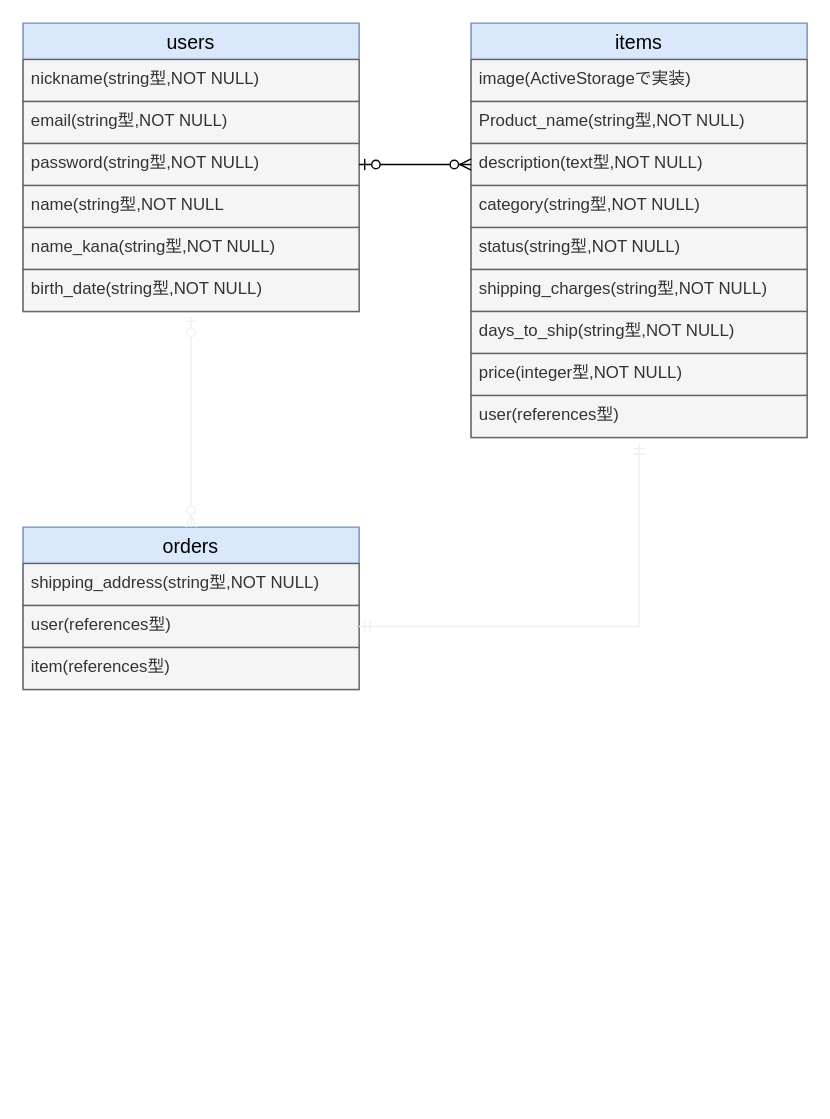
The draw.io diagram furima.dio in ibuki-takeuchi01/furima-35949, before the edit. Source tidied: cells renumbered, new cells numbered last; positions are measured from the earlier drawing's top-left corner, leaving out a move shared by most shapes. Both pictures are drawn from the tidied source at 140%, with x=0, y=0 at pixel (22, 22).
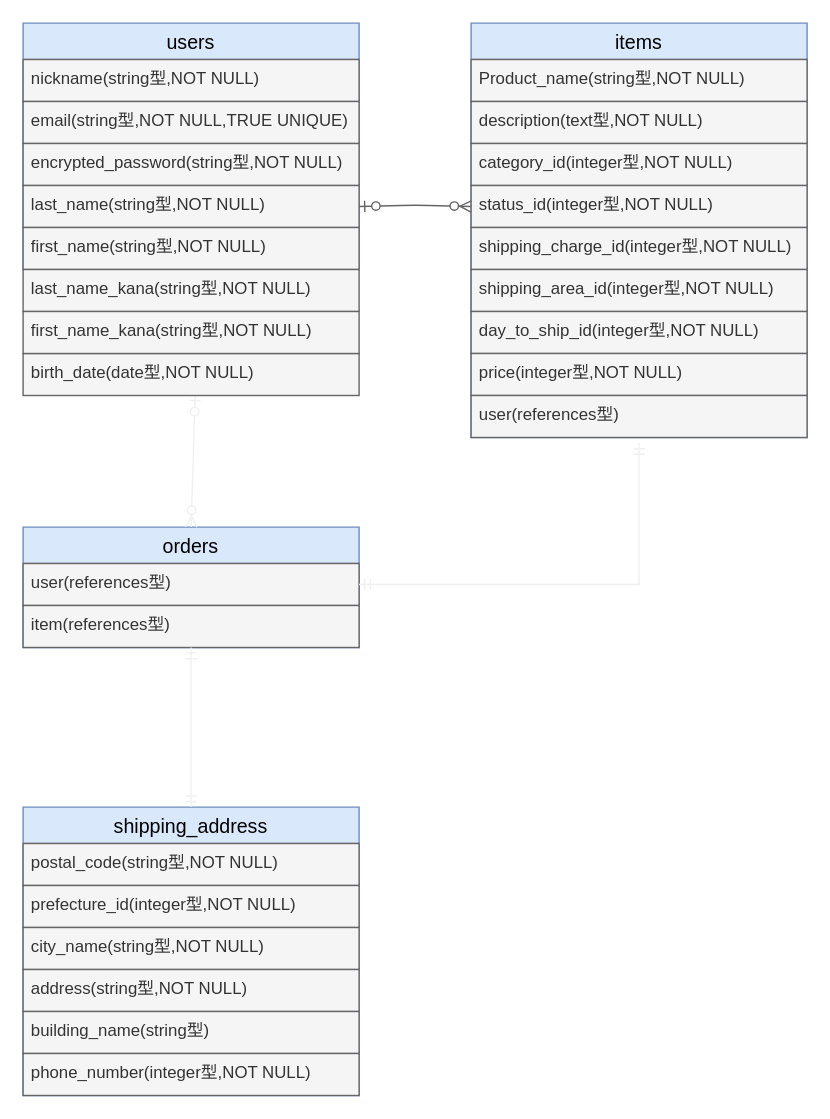
The same diagram, later.

Unchanged cells that the change refers to:
```xml
<mxCell id="9" value="items" style="swimlane;fontStyle=0;horizontal=1;startSize=26;align=center;fontSize=14;fillColor=#dae8fc;strokeColor=#6c8ebf;fontColor=#000000;" parent="1" vertex="1">
  <mxGeometry x="320" width="240" height="296" as="geometry" />
</mxCell>
<mxCell id="18" value="user(references型)" style="text;strokeColor=#666666;fillColor=#f5f5f5;spacingLeft=4;spacingRight=4;overflow=hidden;points=[[0,0.5],[1,0.5]];portConstraint=eastwest;fontSize=12;fontColor=#333333;" parent="9" vertex="1">
  <mxGeometry y="266" width="240" height="30" as="geometry" />
</mxCell>
```

Change to the diagram source:
```diff
@@
     <mxCell id="2" value="users" style="swimlane;fontStyle=0;horizontal=1;startSize=26;align=center;fontSize=14;fillColor=#dae8fc;strokeColor=#6c8ebf;fontColor=#000000;" parent="1" vertex="1">
-      <mxGeometry width="240" height="206" as="geometry" />
+      <mxGeometry width="240" height="176" as="geometry" />
     </mxCell>
@@
-    <mxCell id="4" value="email(string型,NOT NULL)" style="text;strokeColor=#666666;fillColor=#f5f5f5;spacingLeft=4;spacingRight=4;overflow=hidden;fontSize=12;fontColor=#333333;" parent="2" vertex="1">
+    <mxCell id="4" value="email(string型,NOT NULL,TRUE UNIQUE)" style="text;strokeColor=#666666;fillColor=#f5f5f5;spacingLeft=4;spacingRight=4;overflow=hidden;fontSize=12;fontColor=#333333;" parent="2" vertex="1">
       <mxGeometry y="56" width="240" height="30" as="geometry" />
     </mxCell>
-    <mxCell id="5" value="password(string型,NOT NULL)" style="text;strokeColor=#666666;fillColor=#f5f5f5;spacingLeft=4;spacingRight=4;overflow=hidden;points=[[0,0.5],[1,0.5]];portConstraint=eastwest;fontSize=12;fontColor=#333333;" parent="2" vertex="1">
+    <mxCell id="5" value="encrypted_password(string型,NOT NULL)" style="text;strokeColor=#666666;fillColor=#f5f5f5;spacingLeft=4;spacingRight=4;overflow=hidden;points=[[0,0.5],[1,0.5]];portConstraint=eastwest;fontSize=12;fontColor=#333333;" parent="2" vertex="1">
       <mxGeometry y="86" width="240" height="30" as="geometry" />
     </mxCell>
-    <mxCell id="6" value="name(string型,NOT NULL" style="text;strokeColor=#666666;fillColor=#f5f5f5;spacingLeft=4;spacingRight=4;overflow=hidden;points=[[0,0.5],[1,0.5]];portConstraint=eastwest;fontSize=12;fontColor=#333333;" parent="2" vertex="1">
+    <mxCell id="6" value="last_name(string型,NOT NULL)" style="text;strokeColor=#666666;fillColor=#f5f5f5;spacingLeft=4;spacingRight=4;overflow=hidden;points=[[0,0.5],[1,0.5]];portConstraint=eastwest;fontSize=12;fontColor=#333333;" parent="2" vertex="1">
       <mxGeometry y="116" width="240" height="30" as="geometry" />
     </mxCell>
-    <mxCell id="7" value="name_kana(string型,NOT NULL)" style="text;strokeColor=#666666;fillColor=#f5f5f5;spacingLeft=4;spacingRight=4;overflow=hidden;fontSize=12;fontColor=#333333;" parent="2" vertex="1">
-      <mxGeometry y="146" width="240" height="30" as="geometry" />
-    </mxCell>
-    <mxCell id="8" value="birth_date(string型,NOT NULL)" style="text;strokeColor=#666666;fillColor=#f5f5f5;spacingLeft=4;spacingRight=4;overflow=hidden;points=[[0,0.5],[1,0.5]];portConstraint=eastwest;fontSize=12;fontColor=#333333;" parent="2" vertex="1">
-      <mxGeometry y="176" width="240" height="30" as="geometry" />
-    </mxCell>
+    <mxCell id="26" value="first_name(string型,NOT NULL)" style="text;strokeColor=#666666;fillColor=#f5f5f5;spacingLeft=4;spacingRight=4;overflow=hidden;fontSize=12;fontColor=#333333;" parent="2" vertex="1">
+      <mxGeometry y="146" width="240" height="30" as="geometry" />
+    </mxCell>
@@
-    <mxCell id="10" value="image(ActiveStorageで実装)" style="text;strokeColor=#666666;fillColor=#f5f5f5;spacingLeft=4;spacingRight=4;overflow=hidden;fontSize=12;fontColor=#333333;" parent="9" vertex="1">
-      <mxGeometry y="26" width="240" height="30" as="geometry" />
-    </mxCell>
     <mxCell id="11" value="Product_name(string型,NOT NULL)" style="text;strokeColor=#666666;fillColor=#f5f5f5;spacingLeft=4;spacingRight=4;overflow=hidden;fontSize=12;fontColor=#333333;" parent="9" vertex="1">
-      <mxGeometry y="56" width="240" height="30" as="geometry" />
+      <mxGeometry y="26" width="240" height="30" as="geometry" />
     </mxCell>
     <mxCell id="12" value="description(text型,NOT NULL)" style="text;strokeColor=#666666;fillColor=#f5f5f5;spacingLeft=4;spacingRight=4;overflow=hidden;points=[[0,0.5],[1,0.5]];portConstraint=eastwest;fontSize=12;fontColor=#333333;" parent="9" vertex="1">
-      <mxGeometry y="86" width="240" height="30" as="geometry" />
+      <mxGeometry y="56" width="240" height="30" as="geometry" />
     </mxCell>
-    <mxCell id="13" value="category(string型,NOT NULL)" style="text;strokeColor=#666666;fillColor=#f5f5f5;spacingLeft=4;spacingRight=4;overflow=hidden;fontSize=12;fontColor=#333333;" parent="9" vertex="1">
-      <mxGeometry y="116" width="240" height="30" as="geometry" />
+    <mxCell id="13" value="category_id(integer型,NOT NULL)" style="text;strokeColor=#666666;fillColor=#f5f5f5;spacingLeft=4;spacingRight=4;overflow=hidden;fontSize=12;fontColor=#333333;" parent="9" vertex="1">
+      <mxGeometry y="86" width="240" height="30" as="geometry" />
     </mxCell>
-    <mxCell id="14" value="status(string型,NOT NULL)" style="text;strokeColor=#666666;fillColor=#f5f5f5;spacingLeft=4;spacingRight=4;overflow=hidden;points=[[0,0.5],[1,0.5]];portConstraint=eastwest;fontSize=12;fontColor=#333333;" parent="9" vertex="1">
-      <mxGeometry y="146" width="240" height="30" as="geometry" />
+    <mxCell id="14" value="status_id(integer型,NOT NULL)" style="text;strokeColor=#666666;fillColor=#f5f5f5;spacingLeft=4;spacingRight=4;overflow=hidden;points=[[0,0.5],[1,0.5]];portConstraint=eastwest;fontSize=12;fontColor=#333333;" parent="9" vertex="1">
+      <mxGeometry y="116" width="240" height="30" as="geometry" />
     </mxCell>
-    <mxCell id="15" value="shipping_charges(string型,NOT NULL)" style="text;strokeColor=#666666;fillColor=#f5f5f5;spacingLeft=4;spacingRight=4;overflow=hidden;fontSize=12;fontColor=#333333;" parent="9" vertex="1">
-      <mxGeometry y="176" width="240" height="30" as="geometry" />
+    <mxCell id="15" value="shipping_charge_id(integer型,NOT NULL)" style="text;strokeColor=#666666;fillColor=#f5f5f5;spacingLeft=4;spacingRight=4;overflow=hidden;fontSize=12;fontColor=#333333;" parent="9" vertex="1">
+      <mxGeometry y="146" width="240" height="30" as="geometry" />
     </mxCell>
+    <mxCell id="27" value="shipping_area_id(integer型,NOT NULL)" style="text;strokeColor=#666666;fillColor=#f5f5f5;spacingLeft=4;spacingRight=4;overflow=hidden;fontSize=12;fontColor=#333333;" parent="9" vertex="1">
+      <mxGeometry y="176" width="240" height="30" as="geometry" />
+    </mxCell>
-    <mxCell id="16" value="days_to_ship(string型,NOT NULL)" style="text;strokeColor=#666666;fillColor=#f5f5f5;spacingLeft=4;spacingRight=4;overflow=hidden;fontSize=12;fontColor=#333333;" parent="9" vertex="1">
+    <mxCell id="16" value="day_to_ship_id(integer型,NOT NULL)" style="text;strokeColor=#666666;fillColor=#f5f5f5;spacingLeft=4;spacingRight=4;overflow=hidden;fontSize=12;fontColor=#333333;" parent="9" vertex="1">
       <mxGeometry y="206" width="240" height="30" as="geometry" />
     </mxCell>
@@
     <mxCell id="19" value="orders" style="swimlane;fontStyle=0;horizontal=1;startSize=26;align=center;fontSize=14;fillColor=#dae8fc;strokeColor=#6c8ebf;fontColor=#000000;" parent="1" vertex="1">
-      <mxGeometry y="360" width="240" height="116" as="geometry" />
+      <mxGeometry y="360" width="240" height="86" as="geometry" />
     </mxCell>
-    <mxCell id="20" value="shipping_address(string型,NOT NULL)" style="text;strokeColor=#666666;fillColor=#f5f5f5;spacingLeft=4;spacingRight=4;overflow=hidden;fontSize=12;fontColor=#333333;" parent="19" vertex="1">
-      <mxGeometry y="26" width="240" height="30" as="geometry" />
-    </mxCell>
     <mxCell id="21" value="user(references型)" style="text;strokeColor=#666666;fillColor=#f5f5f5;spacingLeft=4;spacingRight=4;overflow=hidden;points=[[0,0.5],[1,0.5]];portConstraint=eastwest;fontSize=12;fontColor=#333333;" parent="19" vertex="1">
-      <mxGeometry y="56" width="240" height="30" as="geometry" />
+      <mxGeometry y="26" width="240" height="30" as="geometry" />
     </mxCell>
     <mxCell id="22" value="item(references型)" style="text;strokeColor=#666666;fillColor=#f5f5f5;spacingLeft=4;spacingRight=4;overflow=hidden;fontSize=12;fontColor=#333333;" parent="19" vertex="1">
-      <mxGeometry y="86" width="240" height="30" as="geometry" />
+      <mxGeometry y="56" width="240" height="30" as="geometry" />
     </mxCell>
-    <mxCell id="23" style="fontSize=12;html=1;endArrow=ERzeroToMany;startArrow=ERzeroToOne;entryX=0;entryY=0.5;entryDx=0;entryDy=0;exitX=1;exitY=0.5;exitDx=0;exitDy=0;fontColor=#000000;" parent="1" edge="1" source="5" target="12">
+    <mxCell id="23" style="fontSize=12;html=1;endArrow=ERzeroToMany;startArrow=ERzeroToOne;exitX=1;exitY=0.5;exitDx=0;exitDy=0;entryX=0;entryY=0.5;entryDx=0;entryDy=0;fillColor=#f5f5f5;strokeColor=#666666;fontColor=#FFFFFF;" parent="1" edge="1" source="6" target="14">
       <mxGeometry relative="1" as="geometry">
         <Array as="points">
-          <mxPoint x="280" y="101" />
+          <mxPoint x="280" y="130" />
         </Array>
       </mxGeometry>
     </mxCell>
-    <mxCell id="24" style="fontSize=12;html=1;endArrow=ERzeroToMany;startArrow=ERzeroToOne;strokeColor=#f0f0f0;entryX=0.5;entryY=0;entryDx=0;entryDy=0;" parent="1" edge="1" target="19">
-      <mxGeometry relative="1" as="geometry">
-        <mxPoint x="120" y="209" as="sourcePoint" />
-      </mxGeometry>
+    <mxCell id="24" style="fontSize=12;html=1;endArrow=ERzeroToMany;startArrow=ERzeroToOne;strokeColor=#f0f0f0;entryX=0.5;entryY=0;entryDx=0;entryDy=0;exitX=0.512;exitY=0.986;exitDx=0;exitDy=0;exitPerimeter=0;" parent="1" edge="1" source="8" target="19">
+      <mxGeometry relative="1" as="geometry" />
     </mxCell>
     <mxCell id="25" style="fontSize=12;html=1;endArrow=ERmandOne;startArrow=ERmandOne;strokeColor=#f0f0f0;exitX=1;exitY=0.5;exitDx=0;exitDy=0;entryX=0.5;entryY=1.133;entryDx=0;entryDy=0;entryPerimeter=0;rounded=0;" parent="1" edge="1" source="21" target="18">
       <mxGeometry relative="1" as="geometry">
         <Array as="points">
-          <mxPoint x="440" y="431" />
+          <mxPoint x="440" y="401" />
         </Array>
       </mxGeometry>
     </mxCell>
+    <mxCell id="8" value="birth_date(date型,NOT NULL)" style="text;strokeColor=#666666;fillColor=#f5f5f5;spacingLeft=4;spacingRight=4;overflow=hidden;points=[[0,0.5],[1,0.5]];portConstraint=eastwest;fontSize=12;fontColor=#333333;" parent="1" vertex="1">
+      <mxGeometry y="236" width="240" height="30" as="geometry" />
+    </mxCell>
+    <mxCell id="7" value="last_name_kana(string型,NOT NULL)" style="text;strokeColor=#666666;fillColor=#f5f5f5;spacingLeft=4;spacingRight=4;overflow=hidden;fontSize=12;fontColor=#333333;" parent="1" vertex="1">
+      <mxGeometry y="176" width="240" height="30" as="geometry" />
+    </mxCell>
+    <mxCell id="28" value="first_name_kana(string型,NOT NULL)" style="text;strokeColor=#666666;fillColor=#f5f5f5;spacingLeft=4;spacingRight=4;overflow=hidden;fontSize=12;fontColor=#333333;" parent="1" vertex="1">
+      <mxGeometry y="206" width="240" height="30" as="geometry" />
+    </mxCell>
+    <mxCell id="29" value="shipping_address" style="swimlane;fontStyle=0;horizontal=1;startSize=26;align=center;fontSize=14;fillColor=#dae8fc;strokeColor=#6c8ebf;fontColor=#000000;" parent="1" vertex="1">
+      <mxGeometry y="560" width="240" height="206" as="geometry" />
+    </mxCell>
+    <mxCell id="30" value="postal_code(string型,NOT NULL)" style="text;strokeColor=#666666;fillColor=#f5f5f5;spacingLeft=4;spacingRight=4;overflow=hidden;fontSize=12;fontColor=#333333;" parent="29" vertex="1">
+      <mxGeometry y="26" width="240" height="30" as="geometry" />
+    </mxCell>
+    <mxCell id="31" value="prefecture_id(integer型,NOT NULL)" style="text;strokeColor=#666666;fillColor=#f5f5f5;spacingLeft=4;spacingRight=4;overflow=hidden;fontSize=12;fontColor=#333333;" parent="29" vertex="1">
+      <mxGeometry y="56" width="240" height="30" as="geometry" />
+    </mxCell>
+    <mxCell id="32" value="city_name(string型,NOT NULL)" style="text;strokeColor=#666666;fillColor=#f5f5f5;spacingLeft=4;spacingRight=4;overflow=hidden;fontSize=12;fontColor=#333333;" parent="29" vertex="1">
+      <mxGeometry y="86" width="240" height="30" as="geometry" />
+    </mxCell>
+    <mxCell id="33" value="address(string型,NOT NULL)" style="text;strokeColor=#666666;fillColor=#f5f5f5;spacingLeft=4;spacingRight=4;overflow=hidden;fontSize=12;fontColor=#333333;" parent="29" vertex="1">
+      <mxGeometry y="116" width="240" height="30" as="geometry" />
+    </mxCell>
+    <mxCell id="34" value="building_name(string型)" style="text;strokeColor=#666666;fillColor=#f5f5f5;spacingLeft=4;spacingRight=4;overflow=hidden;fontSize=12;fontColor=#333333;" parent="29" vertex="1">
+      <mxGeometry y="146" width="240" height="30" as="geometry" />
+    </mxCell>
+    <mxCell id="35" value="phone_number(integer型,NOT NULL)" style="text;strokeColor=#666666;fillColor=#f5f5f5;spacingLeft=4;spacingRight=4;overflow=hidden;fontSize=12;fontColor=#333333;" parent="29" vertex="1">
+      <mxGeometry y="176" width="240" height="30" as="geometry" />
+    </mxCell>
+    <mxCell id="36" style="fontSize=12;html=1;endArrow=ERmandOne;startArrow=ERmandOne;strokeColor=#f0f0f0;exitX=0.5;exitY=1;exitDx=0;exitDy=0;entryX=0.5;entryY=0;entryDx=0;entryDy=0;" parent="1" edge="1" source="19" target="29">
+      <mxGeometry relative="1" as="geometry" />
+    </mxCell>
```
